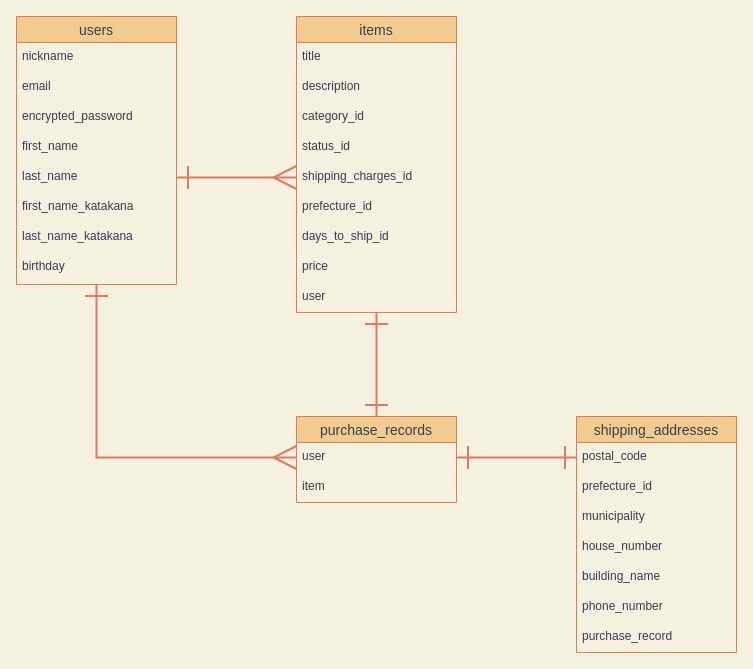
Earlier version of the draw.io diagram er.dio (daikiaLucky/furima-35960). Source tidied: cells renumbered, new cells numbered last; positions are measured from the earlier drawing's top-left corner, leaving out a move shared by most shapes. Both pictures are drawn from the tidied source at 100%, with x=0, y=0 at pixel (16, 16).
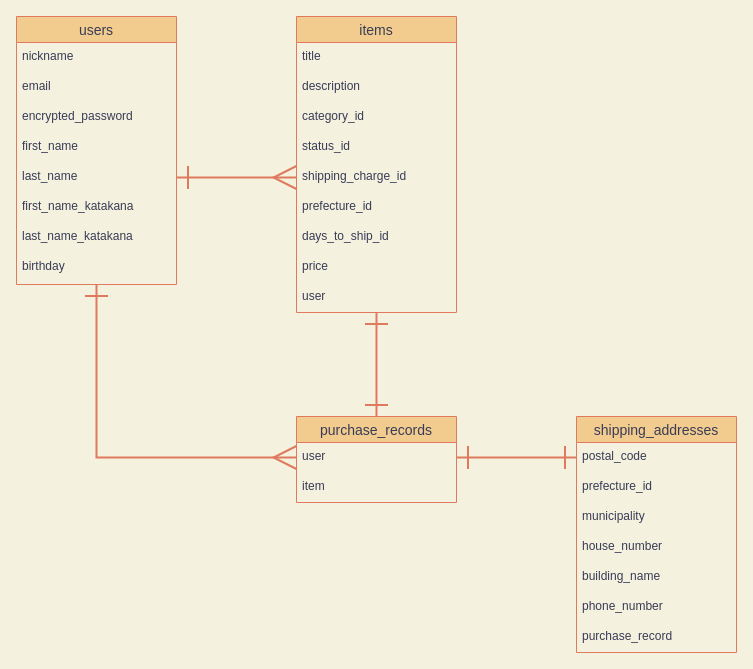
The same page after the edit.

Unchanged cells that the change refers to:
```xml
<mxCell id="13" value="items" style="swimlane;fontStyle=0;horizontal=1;startSize=26;align=center;fontSize=14;fillColor=#F2CC8F;strokeColor=#E07A5F;fontColor=#393C56;" parent="1" vertex="1">
  <mxGeometry x="280" width="160" height="296" as="geometry" />
</mxCell>
```

The edit, as a diff of the source:
```diff
@@
-    <mxCell id="18" value="shipping_charges_id" style="text;strokeColor=none;fillColor=none;spacingLeft=4;spacingRight=4;overflow=hidden;points=[[0,0.5],[1,0.5]];portConstraint=eastwest;fontSize=12;fontColor=#393C56;" parent="13" vertex="1">
+    <mxCell id="18" value="shipping_charge_id" style="text;strokeColor=none;fillColor=none;spacingLeft=4;spacingRight=4;overflow=hidden;points=[[0,0.5],[1,0.5]];portConstraint=eastwest;fontSize=12;fontColor=#393C56;" parent="13" vertex="1">
       <mxGeometry y="146" width="160" height="30" as="geometry" />
     </mxCell>
```
